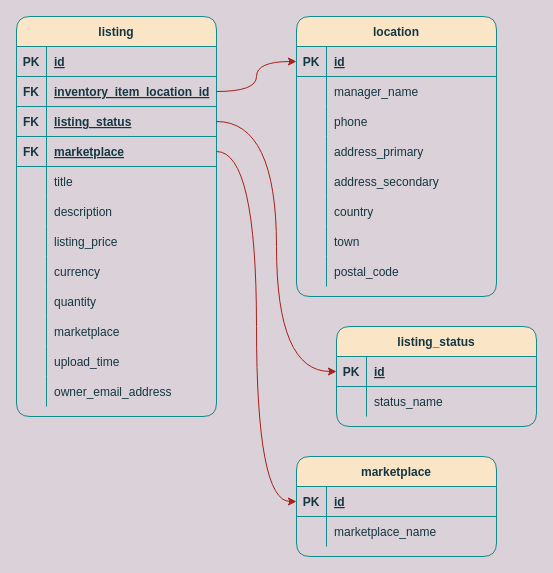
Above: dbdiagram.drawio in markdioszegi/world-of-books (draw.io), before the change. Source tidied: cells renumbered, new cells numbered last; positions are measured from the earlier drawing's top-left corner, leaving out a move shared by most shapes. Both pictures are drawn from the tidied source at 100%, with x=0, y=0 at pixel (16, 16).
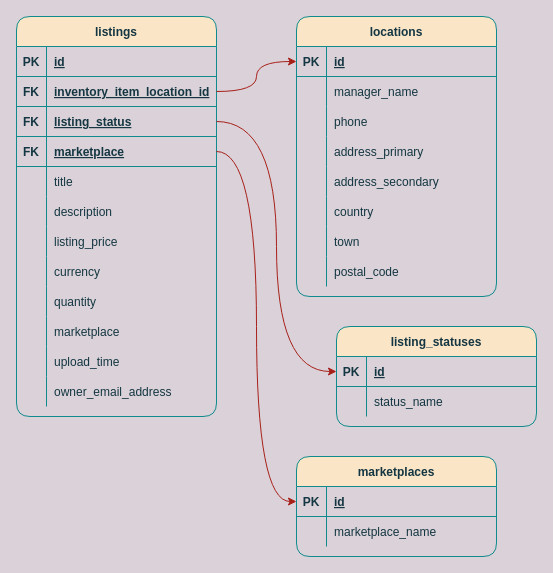
Above is the later version.

What changed in the source:
```diff
@@
-    <mxCell id="2" value="listing" style="shape=table;startSize=30;childLayout=tableLayout;rowLines=0;fontStyle=1;align=center;rounded=1;fillColor=#FAE5C7;strokeColor=#0F8B8D;fontColor=#143642;" parent="1" vertex="1">
+    <mxCell id="2" value="listings" style="shape=table;startSize=30;childLayout=tableLayout;rowLines=0;fontStyle=1;align=center;rounded=1;fillColor=#FAE5C7;strokeColor=#0F8B8D;fontColor=#143642;" parent="1" vertex="1">
       <mxGeometry width="200" height="400" as="geometry" />
     </mxCell>
@@
-    <mxCell id="39" value="location" style="shape=table;startSize=30;childLayout=tableLayout;rowLines=0;fontStyle=1;align=center;rounded=1;fillColor=#FAE5C7;strokeColor=#0F8B8D;fontColor=#143642;" parent="1" vertex="1">
+    <mxCell id="39" value="locations" style="shape=table;startSize=30;childLayout=tableLayout;rowLines=0;fontStyle=1;align=center;rounded=1;fillColor=#FAE5C7;strokeColor=#0F8B8D;fontColor=#143642;" parent="1" vertex="1">
       <mxGeometry x="280" width="200" height="280" as="geometry" />
     </mxCell>
@@
-    <mxCell id="64" value="listing_status" style="shape=table;startSize=30;childLayout=tableLayout;rowLines=0;fontStyle=1;align=center;rounded=1;fillColor=#FAE5C7;strokeColor=#0F8B8D;fontColor=#143642;" parent="1" vertex="1">
+    <mxCell id="64" value="listing_statuses" style="shape=table;startSize=30;childLayout=tableLayout;rowLines=0;fontStyle=1;align=center;rounded=1;fillColor=#FAE5C7;strokeColor=#0F8B8D;fontColor=#143642;" parent="1" vertex="1">
       <mxGeometry x="320" y="310" width="200" height="100" as="geometry" />
     </mxCell>
@@
-    <mxCell id="71" value="marketplace" style="shape=table;startSize=30;childLayout=tableLayout;rowLines=0;fontStyle=1;align=center;rounded=1;fillColor=#FAE5C7;strokeColor=#0F8B8D;fontColor=#143642;" parent="1" vertex="1">
+    <mxCell id="71" value="marketplaces" style="shape=table;startSize=30;childLayout=tableLayout;rowLines=0;fontStyle=1;align=center;rounded=1;fillColor=#FAE5C7;strokeColor=#0F8B8D;fontColor=#143642;" parent="1" vertex="1">
       <mxGeometry x="280" y="440" width="200" height="100" as="geometry" />
     </mxCell>
```
